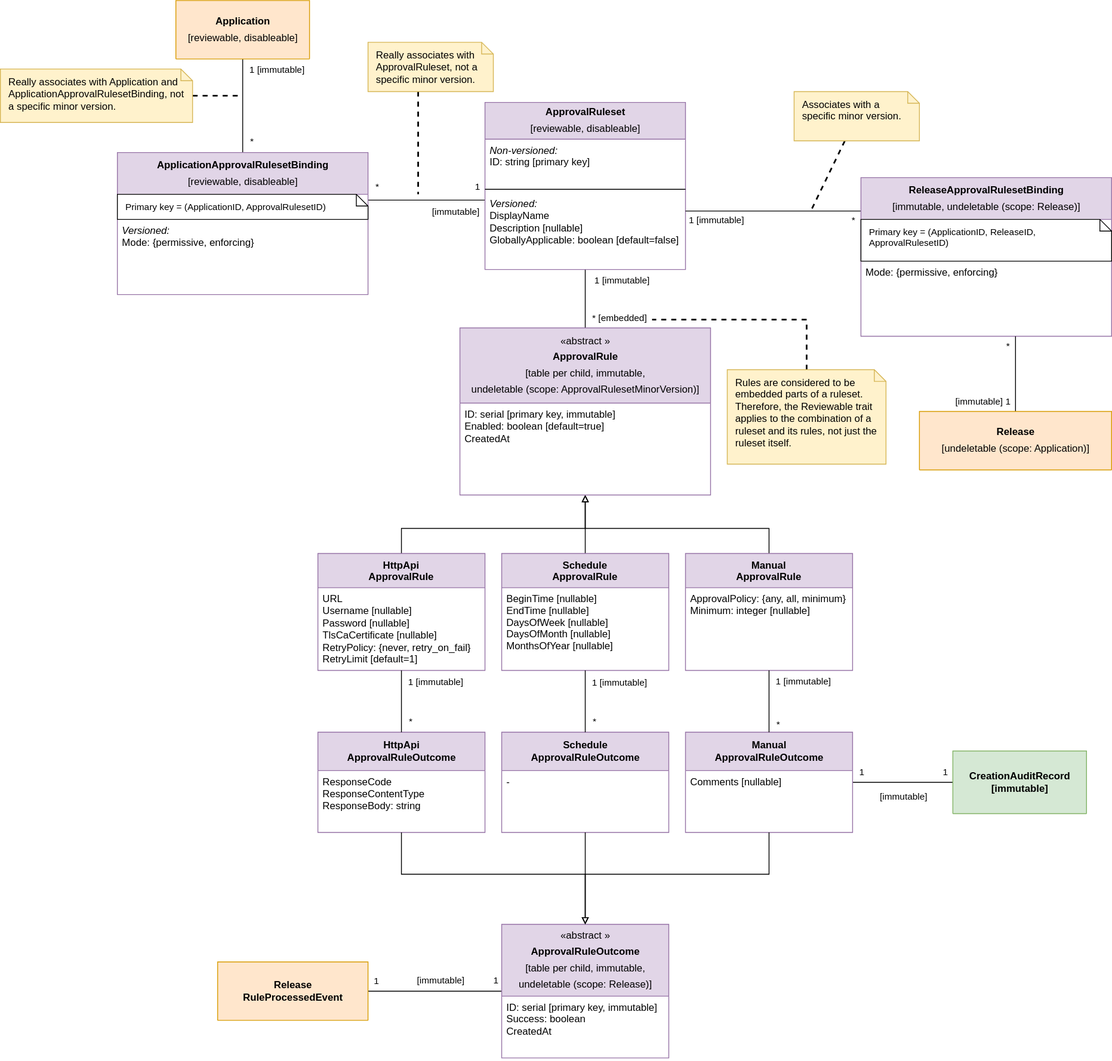
Earlier version of the draw.io export devdocs/approval-rulesets-and-related.drawio.svg (fullstaq-labs/sqedule). Source tidied: cells renumbered, new cells last; positions are measured from the earlier drawing's top-left corner, leaving out a move shared by most shapes.
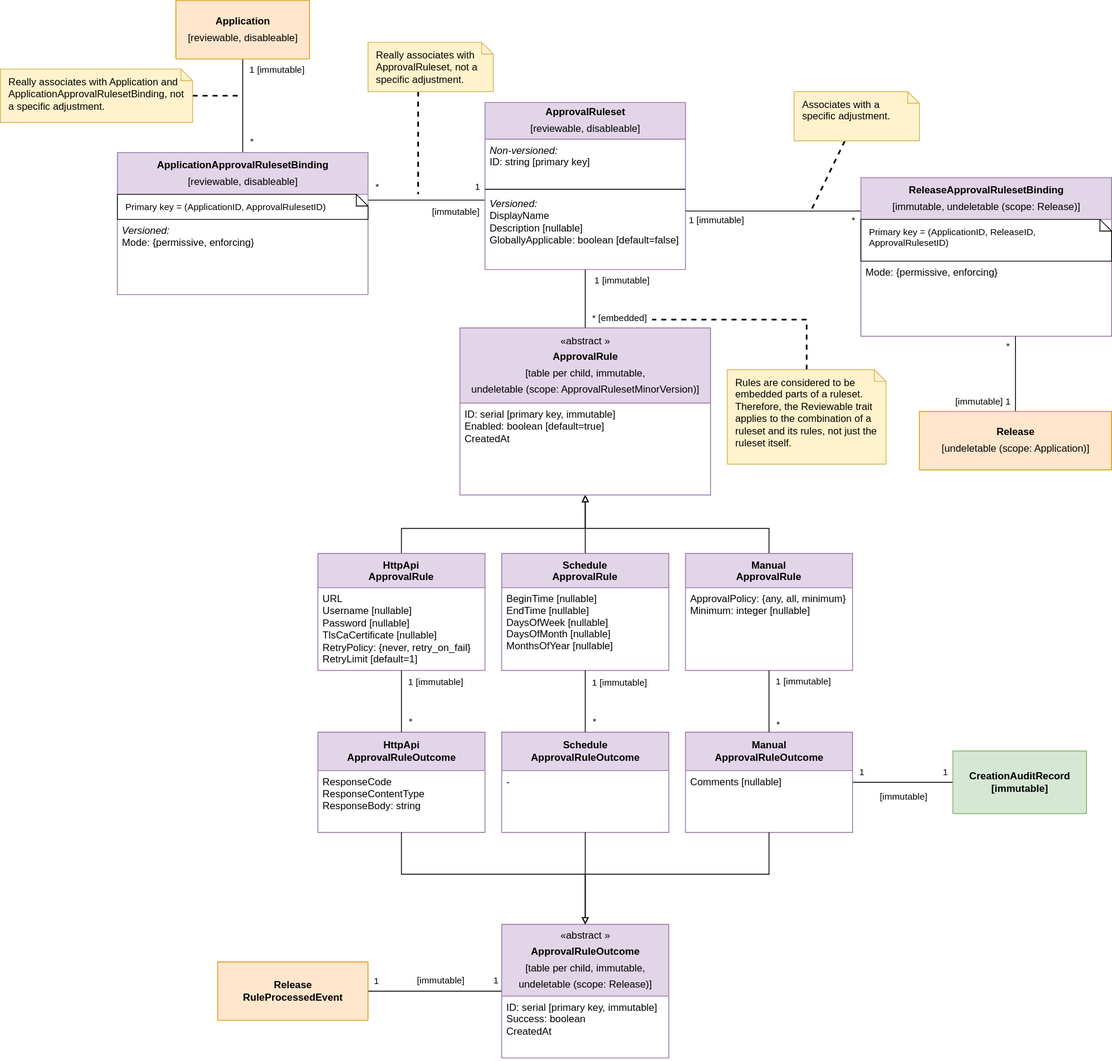
The same diagram one commit later.

Diff of the diagram source:
```diff
@@ -258,7 +258,7 @@
         <mxPoint x="290" y="114" as="targetPoint" />
       </mxGeometry>
     </mxCell>
-    <mxCell id="64" value="Really associates with Application and ApplicationApprovalRulesetBinding, not a specific minor version." style="shape=note;whiteSpace=wrap;html=1;size=14;verticalAlign=top;align=left;spacingTop=-6;fontSize=12;spacing=10;fillColor=#fff2cc;strokeColor=#d6b656;sketch=0;" parent="1" vertex="1">
+    <mxCell id="64" value="Really associates with Application and ApplicationApprovalRulesetBinding, not a specific adjustment." style="shape=note;whiteSpace=wrap;html=1;size=14;verticalAlign=top;align=left;spacingTop=-6;fontSize=12;spacing=10;fillColor=#fff2cc;strokeColor=#d6b656;sketch=0;" parent="1" vertex="1">
       <mxGeometry y="82" width="230" height="64" as="geometry" />
     </mxCell>
     <mxCell id="65" style="edgeStyle=orthogonalEdgeStyle;rounded=0;jettySize=auto;html=1;strokeWidth=2;dashed=1;endArrow=none;endFill=0;" parent="1" edge="1" source="66">
@@ -270,7 +270,7 @@
         </Array>
       </mxGeometry>
     </mxCell>
-    <mxCell id="66" value="Really associates with ApprovalRuleset, not a specific minor version." style="shape=note;whiteSpace=wrap;html=1;size=14;verticalAlign=top;align=left;spacingTop=-6;fontSize=12;spacing=10;fillColor=#fff2cc;strokeColor=#d6b656;sketch=0;" parent="1" vertex="1">
+    <mxCell id="66" value="Really associates with ApprovalRuleset, not a specific adjustment." style="shape=note;whiteSpace=wrap;html=1;size=14;verticalAlign=top;align=left;spacingTop=-6;fontSize=12;spacing=10;fillColor=#fff2cc;strokeColor=#d6b656;sketch=0;" parent="1" vertex="1">
       <mxGeometry x="440" y="50" width="150" height="59" as="geometry" />
     </mxCell>
     <mxCell id="67" style="edgeStyle=orthogonalEdgeStyle;rounded=0;jettySize=auto;html=1;endArrow=none;endFill=0;fontSize=12;" parent="1" edge="1" source="70" target="44">
@@ -326,7 +326,7 @@
         <mxPoint x="970" y="252" as="targetPoint" />
       </mxGeometry>
     </mxCell>
-    <mxCell id="78" value="Associates with a specific minor version." style="shape=note;whiteSpace=wrap;html=1;size=14;verticalAlign=top;align=left;spacingTop=-6;fontSize=12;spacing=10;fillColor=#fff2cc;strokeColor=#d6b656;sketch=0;" parent="1" vertex="1">
+    <mxCell id="78" value="Associates with a specific adjustment." style="shape=note;whiteSpace=wrap;html=1;size=14;verticalAlign=top;align=left;spacingTop=-6;fontSize=12;spacing=10;fillColor=#fff2cc;strokeColor=#d6b656;sketch=0;" parent="1" vertex="1">
       <mxGeometry x="950" y="109" width="150" height="59" as="geometry" />
     </mxCell>
   </root>
```
